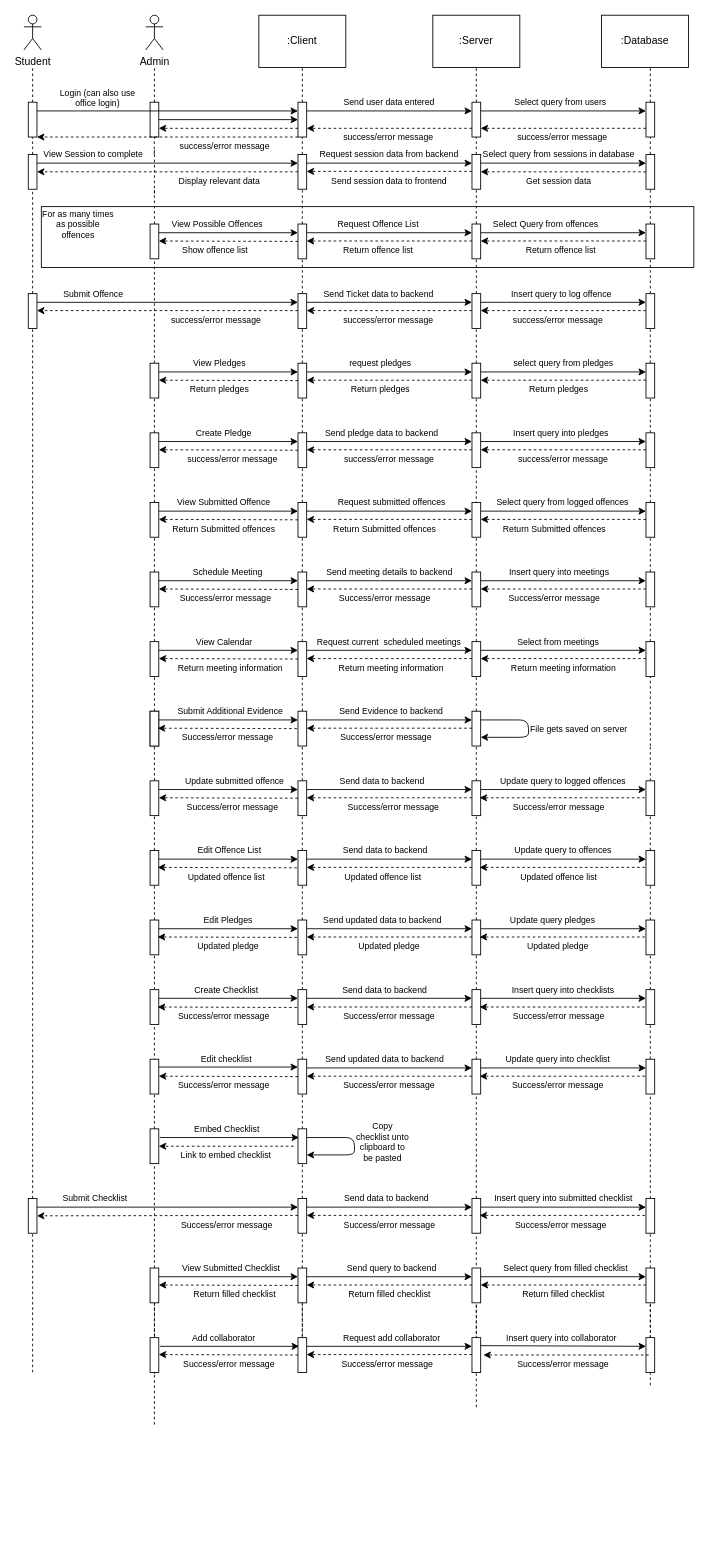
The draw.io diagram page "Sequence" (4 of 6) of ArchitectureDiagram.drawio in OOPS-2022/student_support_system, before the edit. Source tidied: cells renumbered, new cells numbered last; positions are measured from the earlier drawing's top-left corner, leaving out a move shared by most shapes. Both pictures are drawn from the tidied source at 87%, with x=0, y=0 at pixel (23, 15).
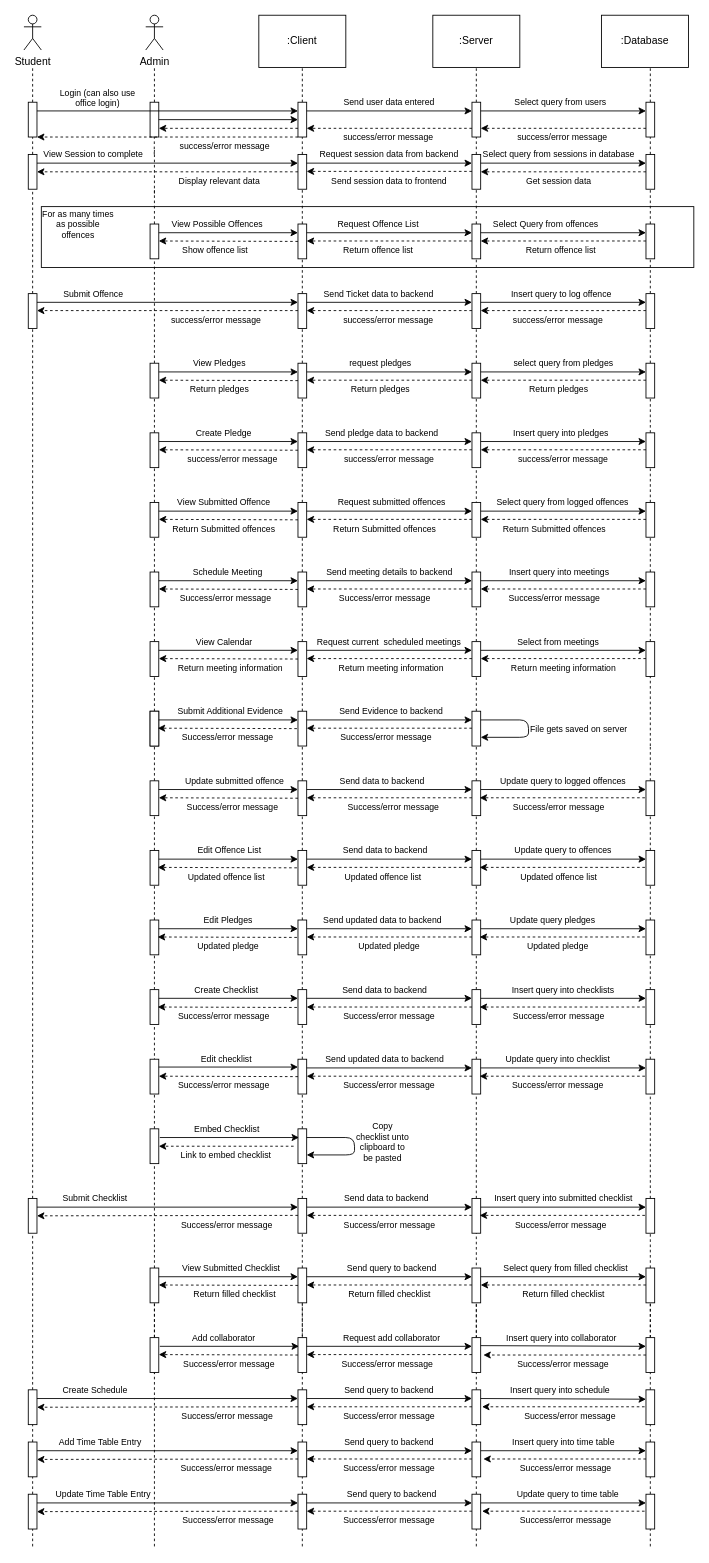
The same page after the edit.

Unchanged cells that the change refers to:
```xml
<mxCell id="301" style="rounded=0;whiteSpace=wrap;html=1;" parent="1" vertex="1">
  <mxGeometry x="5" y="1360" width="10" height="40" as="geometry" />
</mxCell>
<mxCell id="327" style="rounded=0;whiteSpace=wrap;html=1;" parent="1" vertex="1">
  <mxGeometry x="715" y="1440" width="10" height="40" as="geometry" />
</mxCell>
<mxCell id="371" style="rounded=0;whiteSpace=wrap;html=1;" parent="1" vertex="1">
  <mxGeometry x="315" y="1520" width="10" height="40" as="geometry" />
</mxCell>
<mxCell id="373" style="rounded=0;whiteSpace=wrap;html=1;" parent="1" vertex="1">
  <mxGeometry x="715" y="1520" width="10" height="40" as="geometry" />
</mxCell>
```

The edit, as a diff of the source:
```diff
@@
-    <mxCell id="302" style="endArrow=none;dashed=1;html=1;" parent="1" edge="1" target="301">
-      <mxGeometry relative="1" as="geometry">
-        <mxPoint x="10" y="1560" as="sourcePoint" />
-      </mxGeometry>
+    <mxCell id="302" style="endArrow=none;dashed=1;html=1;" parent="1" edge="1" source="386" target="301">
+      <mxGeometry relative="1" as="geometry" />
     </mxCell>
@@
-    <mxCell id="328" style="endArrow=none;dashed=1;html=1;" parent="1" edge="1" target="327">
-      <mxGeometry relative="1" as="geometry">
-        <mxPoint x="720" y="1574.8" as="sourcePoint" />
-      </mxGeometry>
+    <mxCell id="328" style="endArrow=none;dashed=1;html=1;" parent="1" edge="1" source="393" target="327">
+      <mxGeometry relative="1" as="geometry" />
     </mxCell>
@@
     <mxCell id="366" style="endArrow=none;dashed=1;html=1;" parent="1" edge="1">
       <mxGeometry relative="1" as="geometry">
-        <mxPoint x="150" y="1620" as="sourcePoint" />
+        <mxPoint x="150" y="1760" as="sourcePoint" />
         <mxPoint x="150" y="1480" as="targetPoint" />
       </mxGeometry>
     </mxCell>
-    <mxCell id="367" style="endArrow=none;dashed=1;html=1;" parent="1" edge="1" source="371">
+    <mxCell id="367" style="endArrow=none;dashed=1;html=1;" parent="1" edge="1" source="389">
       <mxGeometry relative="1" as="geometry">
         <mxPoint x="320" y="1480" as="targetPoint" />
       </mxGeometry>
     </mxCell>
-    <mxCell id="368" style="endArrow=none;dashed=1;html=1;" parent="1" edge="1">
+    <mxCell id="368" style="endArrow=none;dashed=1;html=1;" parent="1" edge="1" source="391">
       <mxGeometry relative="1" as="geometry">
-        <mxPoint x="520" y="1600" as="sourcePoint" />
         <mxPoint x="520" y="1480" as="targetPoint" />
       </mxGeometry>
     </mxCell>
@@
-    <mxCell id="382" style="endArrow=classic;html=1;fontSize=10;entryX=1;entryY=0.5;entryDx=0;entryDy=0;exitX=0;exitY=0.5;exitDx=0;exitDy=0;dashed=1;" parent="1" edge="1">
+    <mxCell id="382" style="endArrow=classic;html=1;fontSize=10;entryX=1;entryY=0.5;entryDx=0;entryDy=0;dashed=1;exitX=0;exitY=0.5;exitDx=0;exitDy=0;" parent="1" edge="1" source="373">
       <mxGeometry relative="1" as="geometry">
-        <mxPoint x="718.1" y="1540" as="sourcePoint" />
         <mxPoint x="528.1" y="1540" as="targetPoint" />
       </mxGeometry>
     </mxCell>
@@
+    <mxCell id="386" style="rounded=0;whiteSpace=wrap;html=1;" parent="1" vertex="1">
+      <mxGeometry x="5" y="1580" width="10" height="40" as="geometry" />
+    </mxCell>
+    <mxCell id="387" style="endArrow=none;dashed=1;html=1;" parent="1" edge="1" source="406" target="386">
+      <mxGeometry relative="1" as="geometry" />
+    </mxCell>
+    <mxCell id="388" style="endArrow=classic;html=1;fontSize=10;exitX=1;exitY=0.25;exitDx=0;exitDy=0;entryX=0;entryY=0.25;entryDx=0;entryDy=0;" parent="1" edge="1">
+      <mxGeometry relative="1" as="geometry">
+        <mxPoint x="15" y="1590" as="sourcePoint" />
+        <mxPoint x="315" y="1590" as="targetPoint" />
+      </mxGeometry>
+    </mxCell>
+    <mxCell id="389" style="rounded=0;whiteSpace=wrap;html=1;" parent="1" vertex="1">
+      <mxGeometry x="315" y="1580" width="10" height="40" as="geometry" />
+    </mxCell>
+    <mxCell id="390" style="endArrow=none;dashed=1;html=1;" parent="1" edge="1" source="408" target="389">
+      <mxGeometry relative="1" as="geometry" />
+    </mxCell>
+    <mxCell id="391" style="rounded=0;whiteSpace=wrap;html=1;" parent="1" vertex="1">
+      <mxGeometry x="515" y="1580" width="10" height="40" as="geometry" />
+    </mxCell>
+    <mxCell id="392" style="endArrow=none;dashed=1;html=1;" parent="1" edge="1" source="410" target="391">
+      <mxGeometry relative="1" as="geometry" />
+    </mxCell>
+    <mxCell id="393" style="rounded=0;whiteSpace=wrap;html=1;" parent="1" vertex="1">
+      <mxGeometry x="715" y="1580" width="10" height="40" as="geometry" />
+    </mxCell>
+    <mxCell id="394" style="endArrow=none;dashed=1;html=1;" parent="1" edge="1" source="412" target="393">
+      <mxGeometry relative="1" as="geometry" />
+    </mxCell>
+    <mxCell id="395" style="endArrow=classic;html=1;entryX=0;entryY=0.25;entryDx=0;entryDy=0;exitX=1;exitY=0.25;exitDx=0;exitDy=0;" parent="1" edge="1">
+      <mxGeometry relative="1" as="geometry">
+        <mxPoint x="325" y="1590" as="sourcePoint" />
+        <mxPoint x="515" y="1590" as="targetPoint" />
+      </mxGeometry>
+    </mxCell>
+    <mxCell id="396" style="endArrow=classic;html=1;entryX=0;entryY=0.25;entryDx=0;entryDy=0;exitX=1;exitY=0.25;exitDx=0;exitDy=0;" parent="1" edge="1">
+      <mxGeometry relative="1" as="geometry">
+        <mxPoint x="525" y="1590" as="sourcePoint" />
+        <mxPoint x="715" y="1590.8" as="targetPoint" />
+      </mxGeometry>
+    </mxCell>
+    <mxCell id="397" value="Create Schedule" style="text;html=1;strokeColor=none;fillColor=none;align=center;verticalAlign=middle;whiteSpace=wrap;rounded=0;fontSize=10;" parent="1" vertex="1">
+      <mxGeometry x="42.5" y="1570" width="77.5" height="20" as="geometry" />
+    </mxCell>
+    <mxCell id="398" value="Send query to backend" style="text;html=1;strokeColor=none;fillColor=none;align=center;verticalAlign=middle;whiteSpace=wrap;rounded=0;fontSize=10;" parent="1" vertex="1">
+      <mxGeometry x="365" y="1570" width="110" height="20" as="geometry" />
+    </mxCell>
+    <mxCell id="399" value="Insert query into schedule" style="text;html=1;align=center;verticalAlign=middle;fontSize=10;" parent="1" vertex="1">
+      <mxGeometry x="551.2" y="1570" width="130" height="20" as="geometry" />
+    </mxCell>
+    <mxCell id="400" style="endArrow=classic;html=1;fontSize=10;entryX=1;entryY=0.5;entryDx=0;entryDy=0;dashed=1;exitX=0;exitY=0.5;exitDx=0;exitDy=0;" parent="1" edge="1">
+      <mxGeometry relative="1" as="geometry">
+        <mxPoint x="713.4" y="1599.5" as="sourcePoint" />
+        <mxPoint x="526.6" y="1599.5" as="targetPoint" />
+      </mxGeometry>
+    </mxCell>
+    <mxCell id="401" style="endArrow=classic;html=1;fontSize=10;entryX=1;entryY=0.5;entryDx=0;entryDy=0;exitX=0;exitY=0.5;exitDx=0;exitDy=0;dashed=1;" parent="1" edge="1">
+      <mxGeometry relative="1" as="geometry">
+        <mxPoint x="515" y="1599.5" as="sourcePoint" />
+        <mxPoint x="325" y="1599.5" as="targetPoint" />
+      </mxGeometry>
+    </mxCell>
+    <mxCell id="402" style="endArrow=classic;html=1;fontSize=10;entryX=1;entryY=0.5;entryDx=0;entryDy=0;exitX=0;exitY=0.5;exitDx=0;exitDy=0;dashed=1;" parent="1" edge="1" target="386">
+      <mxGeometry relative="1" as="geometry">
+        <mxPoint x="315" y="1599.5" as="sourcePoint" />
+      </mxGeometry>
+    </mxCell>
+    <mxCell id="403" value="Success/error message" style="text;html=1;strokeColor=none;fillColor=none;align=center;verticalAlign=middle;whiteSpace=wrap;rounded=0;fontSize=10;" parent="1" vertex="1">
+      <mxGeometry x="173.8" y="1600" width="120" height="20" as="geometry" />
+    </mxCell>
+    <mxCell id="404" value="Success/error message" style="text;html=1;strokeColor=none;fillColor=none;align=center;verticalAlign=middle;whiteSpace=wrap;rounded=0;fontSize=10;" parent="1" vertex="1">
+      <mxGeometry x="360" y="1600" width="120" height="20" as="geometry" />
+    </mxCell>
+    <mxCell id="405" value="Success/error message" style="text;html=1;strokeColor=none;fillColor=none;align=center;verticalAlign=middle;whiteSpace=wrap;rounded=0;fontSize=10;" parent="1" vertex="1">
+      <mxGeometry x="567.5" y="1600" width="120" height="20" as="geometry" />
+    </mxCell>
+    <mxCell id="406" style="rounded=0;whiteSpace=wrap;html=1;" parent="1" vertex="1">
+      <mxGeometry x="5" y="1640" width="10" height="40" as="geometry" />
+    </mxCell>
+    <mxCell id="407" style="endArrow=none;dashed=1;html=1;" parent="1" edge="1" source="426" target="406">
+      <mxGeometry relative="1" as="geometry" />
+    </mxCell>
+    <mxCell id="408" style="rounded=0;whiteSpace=wrap;html=1;" parent="1" vertex="1">
+      <mxGeometry x="315" y="1640" width="10" height="40" as="geometry" />
+    </mxCell>
+    <mxCell id="409" style="endArrow=none;dashed=1;html=1;" parent="1" edge="1" source="428" target="408">
+      <mxGeometry relative="1" as="geometry" />
+    </mxCell>
+    <mxCell id="410" style="rounded=0;whiteSpace=wrap;html=1;" parent="1" vertex="1">
+      <mxGeometry x="515" y="1640" width="10" height="40" as="geometry" />
+    </mxCell>
+    <mxCell id="411" style="endArrow=none;dashed=1;html=1;" parent="1" edge="1" source="430" target="410">
+      <mxGeometry relative="1" as="geometry" />
+    </mxCell>
+    <mxCell id="412" style="rounded=0;whiteSpace=wrap;html=1;" parent="1" vertex="1">
+      <mxGeometry x="715" y="1640" width="10" height="40" as="geometry" />
+    </mxCell>
+    <mxCell id="413" style="endArrow=none;dashed=1;html=1;" parent="1" edge="1" source="432" target="412">
+      <mxGeometry relative="1" as="geometry" />
+    </mxCell>
+    <mxCell id="414" style="endArrow=classic;html=1;fontSize=10;exitX=1;exitY=0.25;exitDx=0;exitDy=0;entryX=0;entryY=0.25;entryDx=0;entryDy=0;" parent="1" edge="1">
+      <mxGeometry relative="1" as="geometry">
+        <mxPoint x="15" y="1650" as="sourcePoint" />
+        <mxPoint x="315" y="1650" as="targetPoint" />
+      </mxGeometry>
+    </mxCell>
+    <mxCell id="415" style="endArrow=classic;html=1;entryX=0;entryY=0.25;entryDx=0;entryDy=0;exitX=1;exitY=0.25;exitDx=0;exitDy=0;" parent="1" edge="1">
+      <mxGeometry relative="1" as="geometry">
+        <mxPoint x="325" y="1650" as="sourcePoint" />
+        <mxPoint x="515" y="1650" as="targetPoint" />
+      </mxGeometry>
+    </mxCell>
+    <mxCell id="416" style="endArrow=classic;html=1;entryX=0;entryY=0.25;entryDx=0;entryDy=0;exitX=1;exitY=0.25;exitDx=0;exitDy=0;" parent="1" edge="1">
+      <mxGeometry relative="1" as="geometry">
+        <mxPoint x="525" y="1650" as="sourcePoint" />
+        <mxPoint x="715" y="1650" as="targetPoint" />
+      </mxGeometry>
+    </mxCell>
+    <mxCell id="417" style="endArrow=classic;html=1;fontSize=10;entryX=1;entryY=0.5;entryDx=0;entryDy=0;dashed=1;exitX=0;exitY=0.5;exitDx=0;exitDy=0;" parent="1" edge="1">
+      <mxGeometry relative="1" as="geometry">
+        <mxPoint x="715" y="1659.5" as="sourcePoint" />
+        <mxPoint x="528.1" y="1659.5" as="targetPoint" />
+      </mxGeometry>
+    </mxCell>
+    <mxCell id="418" style="endArrow=classic;html=1;fontSize=10;entryX=1;entryY=0.5;entryDx=0;entryDy=0;exitX=0;exitY=0.5;exitDx=0;exitDy=0;dashed=1;" parent="1" edge="1">
+      <mxGeometry relative="1" as="geometry">
+        <mxPoint x="515" y="1659.5" as="sourcePoint" />
+        <mxPoint x="325" y="1659.5" as="targetPoint" />
+      </mxGeometry>
+    </mxCell>
+    <mxCell id="419" style="endArrow=classic;html=1;fontSize=10;entryX=1;entryY=0.5;entryDx=0;entryDy=0;exitX=0;exitY=0.5;exitDx=0;exitDy=0;dashed=1;" parent="1" edge="1">
+      <mxGeometry relative="1" as="geometry">
+        <mxPoint x="315" y="1659.5" as="sourcePoint" />
+        <mxPoint x="15" y="1660" as="targetPoint" />
+      </mxGeometry>
+    </mxCell>
+    <mxCell id="420" value="Add Time Table Entry" style="text;html=1;strokeColor=none;fillColor=none;align=center;verticalAlign=middle;whiteSpace=wrap;rounded=0;fontSize=10;" parent="1" vertex="1">
+      <mxGeometry x="36.2" y="1630" width="103.8" height="20" as="geometry" />
+    </mxCell>
+    <mxCell id="421" value="Send query to backend" style="text;html=1;strokeColor=none;fillColor=none;align=center;verticalAlign=middle;whiteSpace=wrap;rounded=0;fontSize=10;" parent="1" vertex="1">
+      <mxGeometry x="365" y="1630" width="110" height="20" as="geometry" />
+    </mxCell>
+    <mxCell id="422" value="Insert query into time table" style="text;html=1;align=center;verticalAlign=middle;fontSize=10;" parent="1" vertex="1">
+      <mxGeometry x="555" y="1630" width="130" height="20" as="geometry" />
+    </mxCell>
+    <mxCell id="423" value="Success/error message" style="text;html=1;strokeColor=none;fillColor=none;align=center;verticalAlign=middle;whiteSpace=wrap;rounded=0;fontSize=10;" parent="1" vertex="1">
+      <mxGeometry x="563.1" y="1660" width="120" height="20" as="geometry" />
+    </mxCell>
+    <mxCell id="424" value="Success/error message" style="text;html=1;strokeColor=none;fillColor=none;align=center;verticalAlign=middle;whiteSpace=wrap;rounded=0;fontSize=10;" parent="1" vertex="1">
+      <mxGeometry x="360" y="1660" width="120" height="20" as="geometry" />
+    </mxCell>
+    <mxCell id="425" value="Success/error message" style="text;html=1;strokeColor=none;fillColor=none;align=center;verticalAlign=middle;whiteSpace=wrap;rounded=0;fontSize=10;" parent="1" vertex="1">
+      <mxGeometry x="172.5" y="1660" width="120" height="20" as="geometry" />
+    </mxCell>
+    <mxCell id="426" style="rounded=0;whiteSpace=wrap;html=1;" parent="1" vertex="1">
+      <mxGeometry x="5" y="1700" width="10" height="40" as="geometry" />
+    </mxCell>
+    <mxCell id="427" style="endArrow=none;dashed=1;html=1;" parent="1" edge="1" target="426">
+      <mxGeometry relative="1" as="geometry">
+        <mxPoint x="10" y="1760" as="sourcePoint" />
+      </mxGeometry>
+    </mxCell>
+    <mxCell id="428" style="rounded=0;whiteSpace=wrap;html=1;" parent="1" vertex="1">
+      <mxGeometry x="315" y="1700" width="10" height="40" as="geometry" />
+    </mxCell>
+    <mxCell id="429" style="endArrow=none;dashed=1;html=1;" parent="1" edge="1" target="428">
+      <mxGeometry relative="1" as="geometry">
+        <mxPoint x="320" y="1760" as="sourcePoint" />
+      </mxGeometry>
+    </mxCell>
+    <mxCell id="430" style="rounded=0;whiteSpace=wrap;html=1;" parent="1" vertex="1">
+      <mxGeometry x="515" y="1700" width="10" height="40" as="geometry" />
+    </mxCell>
+    <mxCell id="431" style="endArrow=none;dashed=1;html=1;" parent="1" edge="1" target="430">
+      <mxGeometry relative="1" as="geometry">
+        <mxPoint x="520" y="1760" as="sourcePoint" />
+      </mxGeometry>
+    </mxCell>
+    <mxCell id="432" style="rounded=0;whiteSpace=wrap;html=1;" parent="1" vertex="1">
+      <mxGeometry x="715" y="1700" width="10" height="40" as="geometry" />
+    </mxCell>
+    <mxCell id="433" style="endArrow=none;dashed=1;html=1;" parent="1" edge="1" target="432">
+      <mxGeometry relative="1" as="geometry">
+        <mxPoint x="720" y="1760" as="sourcePoint" />
+      </mxGeometry>
+    </mxCell>
+    <mxCell id="434" style="endArrow=classic;html=1;fontSize=10;exitX=1;exitY=0.25;exitDx=0;exitDy=0;entryX=0;entryY=0.25;entryDx=0;entryDy=0;" parent="1" edge="1">
+      <mxGeometry relative="1" as="geometry">
+        <mxPoint x="15" y="1710" as="sourcePoint" />
+        <mxPoint x="315" y="1710" as="targetPoint" />
+      </mxGeometry>
+    </mxCell>
+    <mxCell id="435" style="endArrow=classic;html=1;entryX=0;entryY=0.25;entryDx=0;entryDy=0;exitX=1;exitY=0.25;exitDx=0;exitDy=0;" parent="1" edge="1">
+      <mxGeometry relative="1" as="geometry">
+        <mxPoint x="325" y="1710" as="sourcePoint" />
+        <mxPoint x="515" y="1710" as="targetPoint" />
+      </mxGeometry>
+    </mxCell>
+    <mxCell id="436" style="endArrow=classic;html=1;entryX=0;entryY=0.25;entryDx=0;entryDy=0;exitX=1;exitY=0.25;exitDx=0;exitDy=0;" parent="1" edge="1">
+      <mxGeometry relative="1" as="geometry">
+        <mxPoint x="525" y="1710" as="sourcePoint" />
+        <mxPoint x="715" y="1710" as="targetPoint" />
+      </mxGeometry>
+    </mxCell>
+    <mxCell id="437" style="endArrow=classic;html=1;fontSize=10;entryX=1;entryY=0.5;entryDx=0;entryDy=0;dashed=1;exitX=0;exitY=0.5;exitDx=0;exitDy=0;" parent="1" edge="1">
+      <mxGeometry relative="1" as="geometry">
+        <mxPoint x="713.4" y="1719.5" as="sourcePoint" />
+        <mxPoint x="526.6" y="1719.5" as="targetPoint" />
+      </mxGeometry>
+    </mxCell>
+    <mxCell id="438" style="endArrow=classic;html=1;fontSize=10;entryX=1;entryY=0.5;entryDx=0;entryDy=0;exitX=0;exitY=0.5;exitDx=0;exitDy=0;dashed=1;" parent="1" edge="1">
+      <mxGeometry relative="1" as="geometry">
+        <mxPoint x="515" y="1719.5" as="sourcePoint" />
+        <mxPoint x="325" y="1719.5" as="targetPoint" />
+      </mxGeometry>
+    </mxCell>
+    <mxCell id="439" style="endArrow=classic;html=1;fontSize=10;entryX=1;entryY=0.5;entryDx=0;entryDy=0;exitX=0;exitY=0.5;exitDx=0;exitDy=0;dashed=1;" parent="1" edge="1">
+      <mxGeometry relative="1" as="geometry">
+        <mxPoint x="315" y="1719.5" as="sourcePoint" />
+        <mxPoint x="15" y="1720" as="targetPoint" />
+      </mxGeometry>
+    </mxCell>
+    <mxCell id="440" value="Update Time Table Entry" style="text;html=1;strokeColor=none;fillColor=none;align=center;verticalAlign=middle;whiteSpace=wrap;rounded=0;fontSize=10;" parent="1" vertex="1">
+      <mxGeometry x="33.1" y="1690" width="116.9" height="20" as="geometry" />
+    </mxCell>
+    <mxCell id="441" value="Send query to backend" style="text;html=1;strokeColor=none;fillColor=none;align=center;verticalAlign=middle;whiteSpace=wrap;rounded=0;fontSize=10;" parent="1" vertex="1">
+      <mxGeometry x="367.5" y="1690" width="110" height="20" as="geometry" />
+    </mxCell>
+    <mxCell id="442" value="Update query to time table" style="text;html=1;align=center;verticalAlign=middle;fontSize=10;" parent="1" vertex="1">
+      <mxGeometry x="560" y="1690" width="130" height="20" as="geometry" />
+    </mxCell>
+    <mxCell id="443" value="Success/error message" style="text;html=1;strokeColor=none;fillColor=none;align=center;verticalAlign=middle;whiteSpace=wrap;rounded=0;fontSize=10;" parent="1" vertex="1">
+      <mxGeometry x="563.1" y="1720" width="120" height="20" as="geometry" />
+    </mxCell>
+    <mxCell id="444" value="Success/error message" style="text;html=1;strokeColor=none;fillColor=none;align=center;verticalAlign=middle;whiteSpace=wrap;rounded=0;fontSize=10;" parent="1" vertex="1">
+      <mxGeometry x="360" y="1720" width="120" height="20" as="geometry" />
+    </mxCell>
+    <mxCell id="445" value="Success/error message" style="text;html=1;strokeColor=none;fillColor=none;align=center;verticalAlign=middle;whiteSpace=wrap;rounded=0;fontSize=10;" parent="1" vertex="1">
+      <mxGeometry x="175" y="1720" width="120" height="20" as="geometry" />
+    </mxCell>
```
